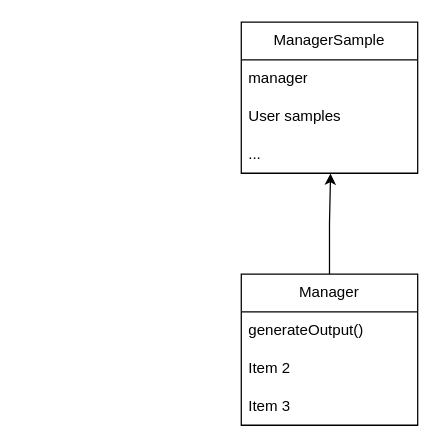
Earlier version of the draw.io diagram P2-POO/Diagrama sin título.drawio (josepepito-upm/UMLs). Source tidied: cells renumbered, new cells numbered last; positions are measured from the earlier drawing's top-left corner, leaving out a move shared by most shapes. Both pictures are drawn from the tidied source at 126%, with x=0, y=0 at pixel (241, 21).
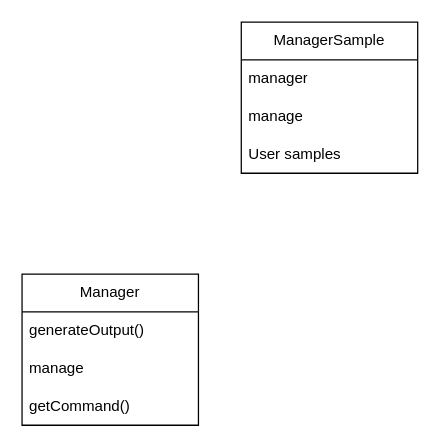
After the change.

The edit, as a diff of the source:
```diff
@@
 <mxGraphModel>
   <root>
     <mxCell id="0" />
     <mxCell id="1" parent="0" />
     <mxCell id="2" value="ManagerSample" style="swimlane;fontStyle=0;horizontal=1;startSize=30;whiteSpace=wrap;html=1;" parent="1" vertex="1">
       <mxGeometry width="140" height="120" as="geometry" />
     </mxCell>
     <mxCell id="3" value="manager" style="text;strokeColor=none;fillColor=none;align=left;verticalAlign=middle;spacingLeft=4;spacingRight=4;overflow=hidden;whiteSpace=wrap;html=1;" parent="2" vertex="1">
       <mxGeometry y="30" width="140" height="30" as="geometry" />
     </mxCell>
+    <mxCell id="11" value="manage" style="text;strokeColor=none;fillColor=none;align=left;verticalAlign=middle;spacingLeft=4;spacingRight=4;overflow=hidden;whiteSpace=wrap;html=1;" parent="2" vertex="1">
+      <mxGeometry y="60" width="140" height="30" as="geometry" />
+    </mxCell>
     <mxCell id="4" value="User samples" style="text;strokeColor=none;fillColor=none;align=left;verticalAlign=middle;spacingLeft=4;spacingRight=4;overflow=hidden;whiteSpace=wrap;html=1;" parent="2" vertex="1">
-      <mxGeometry y="60" width="140" height="30" as="geometry" />
+      <mxGeometry y="90" width="140" height="30" as="geometry" />
     </mxCell>
-    <mxCell id="5" value="..." style="text;strokeColor=none;fillColor=none;align=left;verticalAlign=middle;spacingLeft=4;spacingRight=4;overflow=hidden;points=[[0,0.5],[1,0.5]];portConstraint=eastwest;whiteSpace=wrap;html=1;" parent="2" vertex="1">
-      <mxGeometry y="90" width="140" height="30" as="geometry" />
-    </mxCell>
     <mxCell id="6" value="Manager" style="swimlane;fontStyle=0;horizontal=1;startSize=30;whiteSpace=wrap;html=1;" parent="1" vertex="1">
-      <mxGeometry y="200" width="140" height="120" as="geometry" />
+      <mxGeometry x="-174" y="200" width="140" height="120" as="geometry" />
     </mxCell>
     <mxCell id="7" value="generateOutput()" style="text;strokeColor=none;fillColor=none;align=left;verticalAlign=middle;spacingLeft=4;spacingRight=4;overflow=hidden;whiteSpace=wrap;html=1;" parent="6" vertex="1">
       <mxGeometry y="30" width="140" height="30" as="geometry" />
     </mxCell>
-    <mxCell id="8" value="Item 2" style="text;strokeColor=none;fillColor=none;align=left;verticalAlign=middle;spacingLeft=4;spacingRight=4;overflow=hidden;whiteSpace=wrap;html=1;" parent="6" vertex="1">
+    <mxCell id="8" value="manage" style="text;strokeColor=none;fillColor=none;align=left;verticalAlign=middle;spacingLeft=4;spacingRight=4;overflow=hidden;whiteSpace=wrap;html=1;" parent="6" vertex="1">
       <mxGeometry y="60" width="140" height="30" as="geometry" />
     </mxCell>
-    <mxCell id="9" value="Item 3" style="text;strokeColor=none;fillColor=none;align=left;verticalAlign=middle;spacingLeft=4;spacingRight=4;overflow=hidden;whiteSpace=wrap;html=1;" parent="6" vertex="1">
+    <mxCell id="9" value="getCommand()" style="text;strokeColor=none;fillColor=none;align=left;verticalAlign=middle;spacingLeft=4;spacingRight=4;overflow=hidden;whiteSpace=wrap;html=1;" parent="6" vertex="1">
       <mxGeometry y="90" width="140" height="30" as="geometry" />
     </mxCell>
-    <mxCell id="10" style="edgeStyle=orthogonalEdgeStyle;rounded=0;jettySize=auto;html=1;entryX=0.506;entryY=1.007;entryDx=0;entryDy=0;entryPerimeter=0;" parent="1" edge="1" source="6" target="5">
-      <mxGeometry relative="1" as="geometry" />
-    </mxCell>
   </root>
 </mxGraphModel>
```
